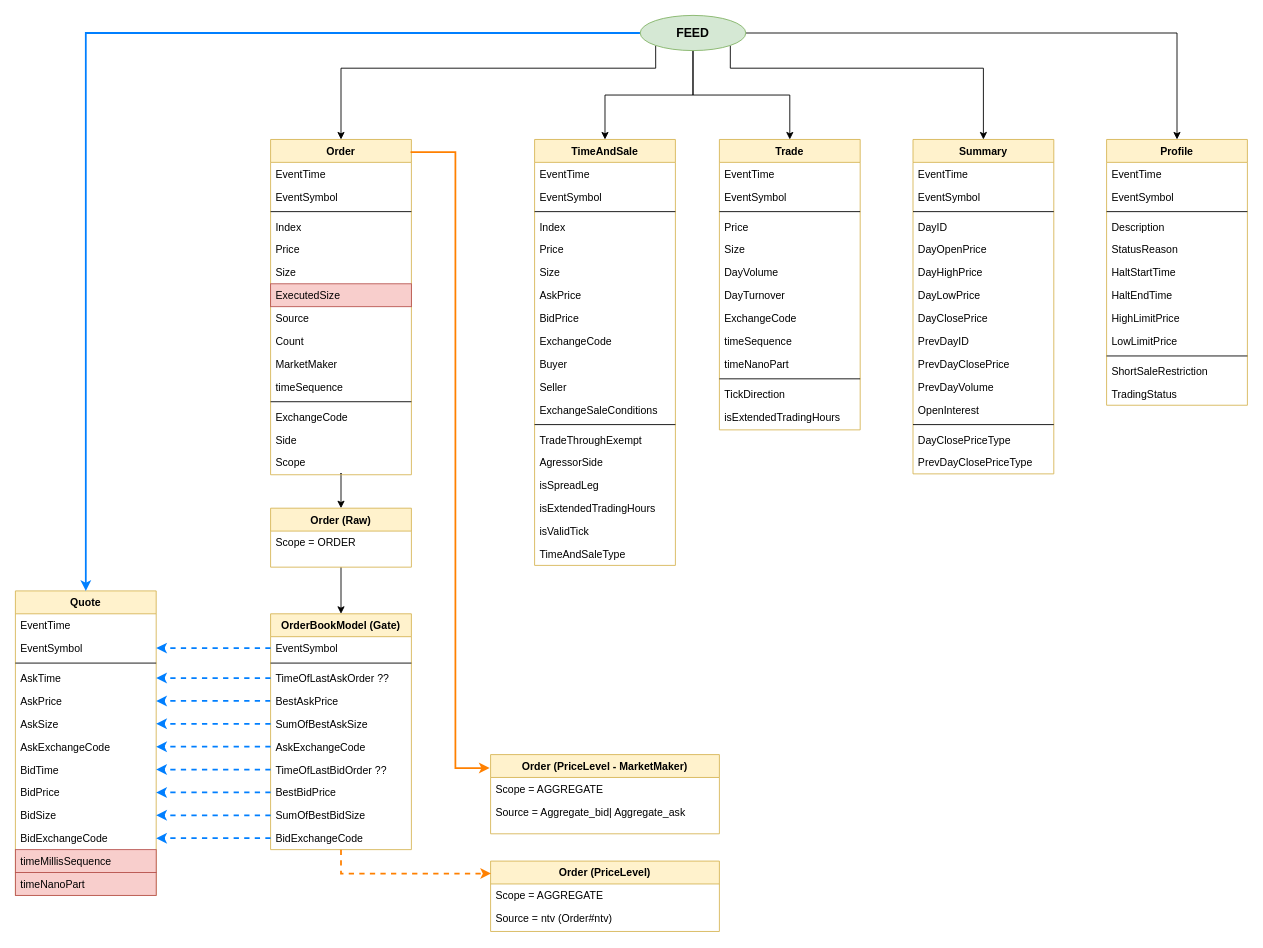
The draw.io diagram Untitled Diagram.drawio in Tubala85/documents, before the edit. Source tidied: cells renumbered, new cells numbered last; positions are measured from the earlier drawing's top-left corner, leaving out a move shared by most shapes. Both pictures are drawn from the tidied source at 88%, with x=0, y=0 at pixel (15, 15).
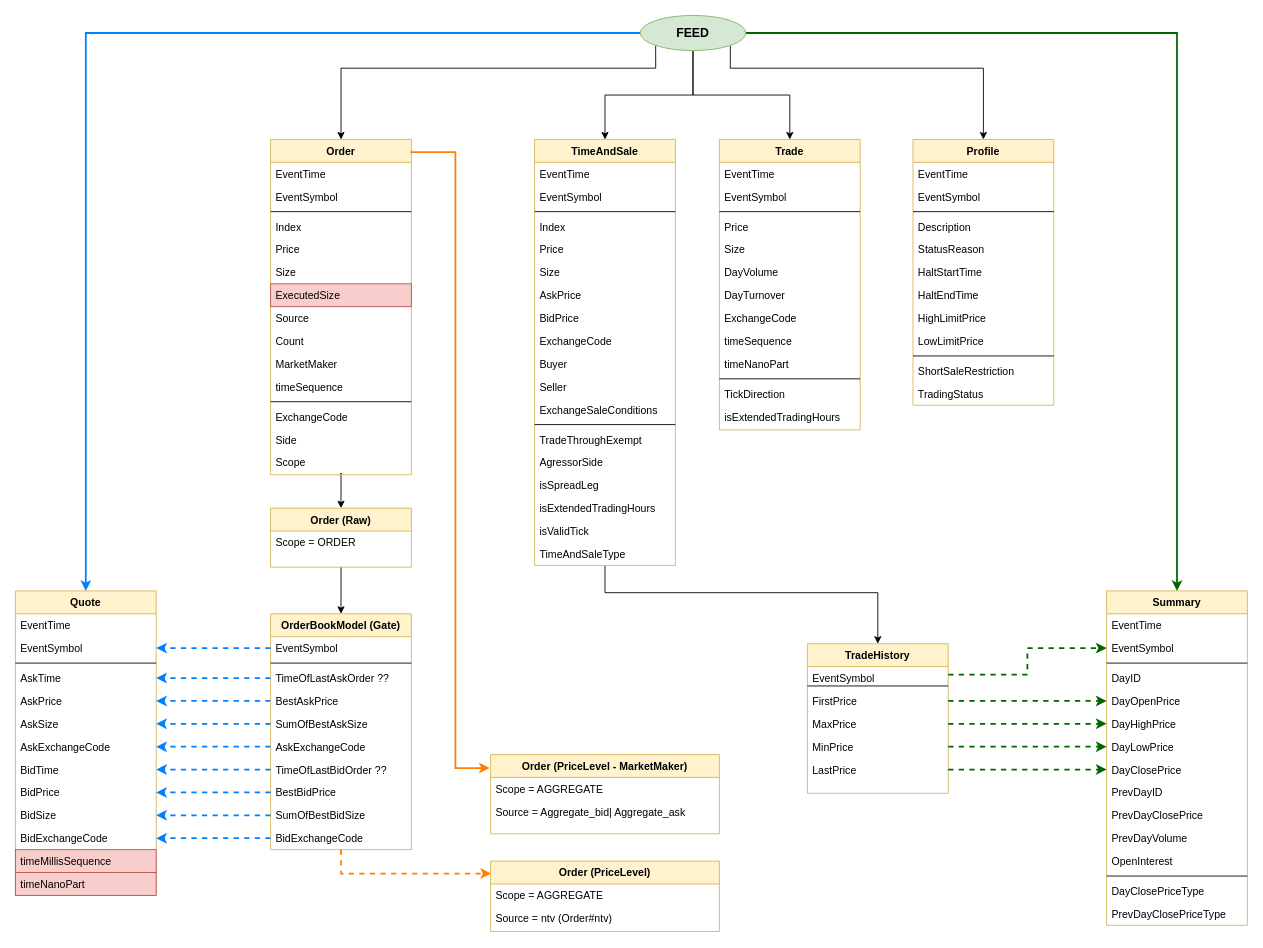
After the change.

Unchanged cells that the change refers to:
```xml
<mxCell id="16" value="TimeAndSale" style="swimlane;fontStyle=1;align=center;verticalAlign=top;horizontal=1;startSize=26;rounded=0;shadow=0;strokeWidth=1;fillColor=#fff2cc;strokeColor=#d6b656;" parent="1" vertex="1">
  <mxGeometry x="590" y="141" width="160" height="484" as="geometry" />
</mxCell>
<mxCell id="38" value="EventSymbol" style="text;align=left;verticalAlign=top;spacingLeft=4;spacingRight=4;overflow=hidden;points=[[0,0.5],[1,0.5]];portConstraint=eastwest;" parent="36" vertex="1">
  <mxGeometry y="52" width="160" height="26" as="geometry" />
</mxCell>
<mxCell id="41" value="DayOpenPrice" style="text;align=left;verticalAlign=top;spacingLeft=4;spacingRight=4;overflow=hidden;points=[[0,0.5],[1,0.5]];portConstraint=eastwest;" parent="36" vertex="1">
  <mxGeometry y="112" width="160" height="26" as="geometry" />
</mxCell>
<mxCell id="42" value="DayHighPrice" style="text;align=left;verticalAlign=top;spacingLeft=4;spacingRight=4;overflow=hidden;points=[[0,0.5],[1,0.5]];portConstraint=eastwest;" parent="36" vertex="1">
  <mxGeometry y="138" width="160" height="26" as="geometry" />
</mxCell>
<mxCell id="43" value="DayLowPrice" style="text;align=left;verticalAlign=top;spacingLeft=4;spacingRight=4;overflow=hidden;points=[[0,0.5],[1,0.5]];portConstraint=eastwest;" parent="36" vertex="1">
  <mxGeometry y="164" width="160" height="26" as="geometry" />
</mxCell>
<mxCell id="44" value="DayClosePrice" style="text;align=left;verticalAlign=top;spacingLeft=4;spacingRight=4;overflow=hidden;points=[[0,0.5],[1,0.5]];portConstraint=eastwest;" parent="36" vertex="1">
  <mxGeometry y="190" width="160" height="26" as="geometry" />
</mxCell>
<mxCell id="104" value="FEED" style="ellipse;whiteSpace=wrap;html=1;fillColor=#d5e8d4;strokeColor=#82b366;fontStyle=1;fontSize=14;" parent="1" vertex="1">
  <mxGeometry x="710" width="120" height="40" as="geometry" />
</mxCell>
```

The edit, as a diff of the source:
```diff
@@
+    <mxCell id="134" style="edgeStyle=orthogonalEdgeStyle;rounded=0;jettySize=auto;html=1;entryX=0.5;entryY=0;entryDx=0;entryDy=0;" parent="1" edge="1" source="16" target="135">
+      <mxGeometry relative="1" as="geometry">
+        <Array as="points">
+          <mxPoint x="670" y="656" />
+          <mxPoint x="980" y="656" />
+        </Array>
+      </mxGeometry>
+    </mxCell>
@@
     <mxCell id="36" value="Summary" style="swimlane;fontStyle=1;align=center;verticalAlign=top;horizontal=1;startSize=26;rounded=0;shadow=0;strokeWidth=1;fillColor=#fff2cc;strokeColor=#d6b656;" parent="1" vertex="1">
-      <mxGeometry x="1020" y="141" width="160" height="380" as="geometry" />
+      <mxGeometry x="1240" y="654" width="160" height="380" as="geometry" />
     </mxCell>
@@
     <mxCell id="84" value="Profile" style="swimlane;fontStyle=1;align=center;verticalAlign=top;horizontal=1;startSize=26;rounded=0;shadow=0;strokeWidth=1;fillColor=#fff2cc;strokeColor=#d6b656;" parent="1" vertex="1">
-      <mxGeometry x="1240" y="141" width="160" height="302" as="geometry" />
+      <mxGeometry x="1020" y="141" width="160" height="302" as="geometry" />
     </mxCell>
@@
+    <mxCell id="103" style="edgeStyle=orthogonalEdgeStyle;rounded=0;jettySize=auto;html=1;exitX=1;exitY=1;exitDx=0;exitDy=0;" parent="1" edge="1" source="104" target="84">
+      <mxGeometry relative="1" as="geometry">
+        <Array as="points">
+          <mxPoint x="812" y="60" />
+          <mxPoint x="1100" y="60" />
+        </Array>
+      </mxGeometry>
+    </mxCell>
-    <mxCell id="102" style="edgeStyle=orthogonalEdgeStyle;rounded=0;jettySize=auto;html=1;exitX=1;exitY=1;exitDx=0;exitDy=0;entryX=0.5;entryY=0;entryDx=0;entryDy=0;fontSize=14;" parent="1" edge="1" source="104" target="36">
-      <mxGeometry relative="1" as="geometry">
-        <Array as="points">
-          <mxPoint x="812" y="60" />
-          <mxPoint x="1100" y="60" />
-        </Array>
-      </mxGeometry>
+    <mxCell id="102" style="edgeStyle=orthogonalEdgeStyle;rounded=0;jettySize=auto;html=1;strokeColor=#006600;strokeWidth=2;" parent="1" edge="1" source="104" target="36">
+      <mxGeometry relative="1" as="geometry" />
     </mxCell>
-    <mxCell id="103" style="edgeStyle=orthogonalEdgeStyle;rounded=0;jettySize=auto;html=1;exitX=1;exitY=0.5;exitDx=0;exitDy=0;fontSize=14;" parent="1" edge="1" source="104" target="84">
-      <mxGeometry relative="1" as="geometry">
-        <Array as="points">
-          <mxPoint x="1320" y="20" />
-        </Array>
-      </mxGeometry>
-    </mxCell>
@@
+    <mxCell id="135" value="TradeHistory" style="swimlane;fontStyle=1;align=center;verticalAlign=top;horizontal=1;startSize=26;rounded=0;shadow=0;strokeWidth=1;fillColor=#fff2cc;strokeColor=#d6b656;" parent="1" vertex="1">
+      <mxGeometry x="900" y="714" width="160" height="170" as="geometry" />
+    </mxCell>
+    <mxCell id="136" value="EventSymbol" style="text;align=left;verticalAlign=top;spacingLeft=4;spacingRight=4;overflow=hidden;points=[[0,0.5],[1,0.5]];portConstraint=eastwest;" parent="135" vertex="1">
+      <mxGeometry y="26" width="160" height="18" as="geometry" />
+    </mxCell>
+    <mxCell id="137" style="line;html=1;strokeWidth=1;align=left;verticalAlign=middle;spacingTop=-1;spacingLeft=3;spacingRight=3;labelPosition=right;" parent="135" vertex="1">
+      <mxGeometry y="44" width="160" height="8" as="geometry" />
+    </mxCell>
+    <mxCell id="138" value="FirstPrice" style="text;align=left;verticalAlign=top;spacingLeft=4;spacingRight=4;overflow=hidden;points=[[0,0.5],[1,0.5]];portConstraint=eastwest;rounded=0;shadow=0;html=0;" parent="135" vertex="1">
+      <mxGeometry y="52" width="160" height="26" as="geometry" />
+    </mxCell>
+    <mxCell id="139" value="MaxPrice" style="text;align=left;verticalAlign=top;spacingLeft=4;spacingRight=4;overflow=hidden;points=[[0,0.5],[1,0.5]];portConstraint=eastwest;rounded=0;shadow=0;html=0;" parent="135" vertex="1">
+      <mxGeometry y="78" width="160" height="26" as="geometry" />
+    </mxCell>
+    <mxCell id="140" value="MinPrice" style="text;align=left;verticalAlign=top;spacingLeft=4;spacingRight=4;overflow=hidden;points=[[0,0.5],[1,0.5]];portConstraint=eastwest;rounded=0;shadow=0;html=0;" parent="135" vertex="1">
+      <mxGeometry y="104" width="160" height="26" as="geometry" />
+    </mxCell>
+    <mxCell id="141" value="LastPrice" style="text;align=left;verticalAlign=top;spacingLeft=4;spacingRight=4;overflow=hidden;points=[[0,0.5],[1,0.5]];portConstraint=eastwest;rounded=0;shadow=0;html=0;" parent="135" vertex="1">
+      <mxGeometry y="130" width="160" height="26" as="geometry" />
+    </mxCell>
+    <mxCell id="142" style="edgeStyle=orthogonalEdgeStyle;rounded=0;jettySize=auto;html=1;entryX=0;entryY=0.5;entryDx=0;entryDy=0;dashed=1;strokeWidth=2;strokeColor=#006600;" parent="1" edge="1" source="138" target="41">
+      <mxGeometry relative="1" as="geometry" />
+    </mxCell>
+    <mxCell id="143" style="edgeStyle=orthogonalEdgeStyle;rounded=0;jettySize=auto;html=1;dashed=1;strokeWidth=2;strokeColor=#006600;" parent="1" edge="1" source="140" target="43">
+      <mxGeometry relative="1" as="geometry" />
+    </mxCell>
+    <mxCell id="144" style="edgeStyle=orthogonalEdgeStyle;rounded=0;jettySize=auto;html=1;dashed=1;strokeWidth=2;strokeColor=#006600;" parent="1" edge="1" source="139" target="42">
+      <mxGeometry relative="1" as="geometry" />
+    </mxCell>
+    <mxCell id="145" style="edgeStyle=orthogonalEdgeStyle;rounded=0;jettySize=auto;html=1;dashed=1;strokeWidth=2;strokeColor=#006600;" parent="1" edge="1" source="141" target="44">
+      <mxGeometry relative="1" as="geometry" />
+    </mxCell>
+    <mxCell id="146" style="edgeStyle=orthogonalEdgeStyle;rounded=0;jettySize=auto;html=1;entryX=0;entryY=0.5;entryDx=0;entryDy=0;dashed=1;strokeWidth=2;strokeColor=#006600;" parent="1" edge="1" source="136" target="38">
+      <mxGeometry relative="1" as="geometry" />
+    </mxCell>
```
